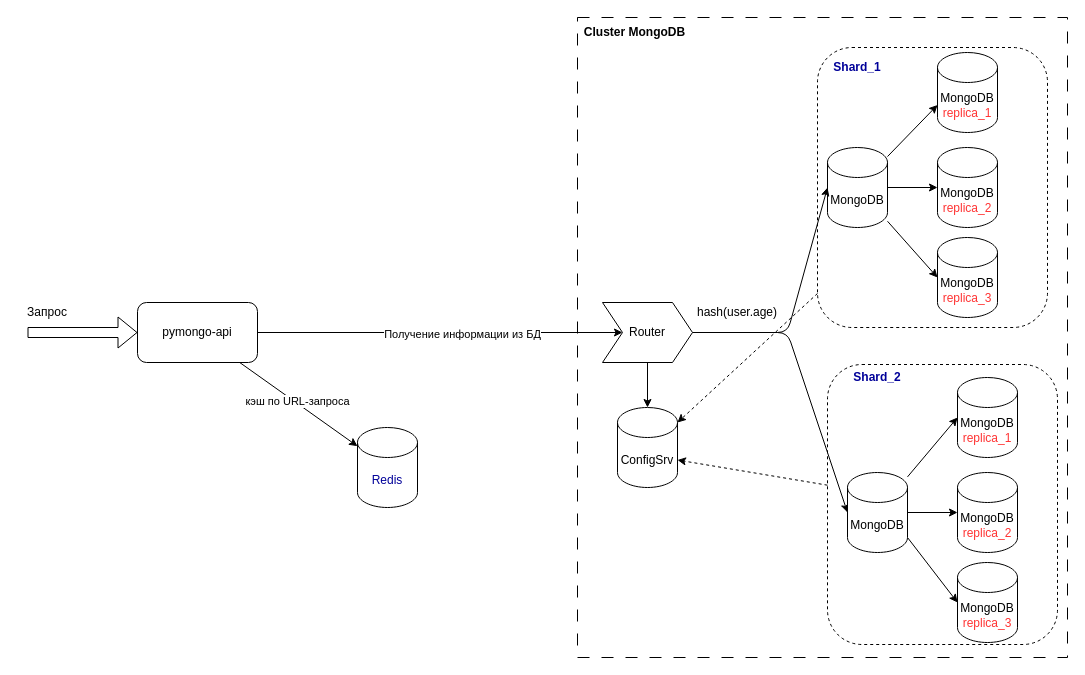
This is task1/task1.drawio from an-yanusov/architecture-sprint-2, a draw.io file, before an edit. Source tidied: cells renumbered, new cells numbered last; positions are measured from the earlier drawing's top-left corner, leaving out a move shared by most shapes. Both pictures are drawn from the tidied source at 100%, with x=0, y=0 at pixel (17, 17).
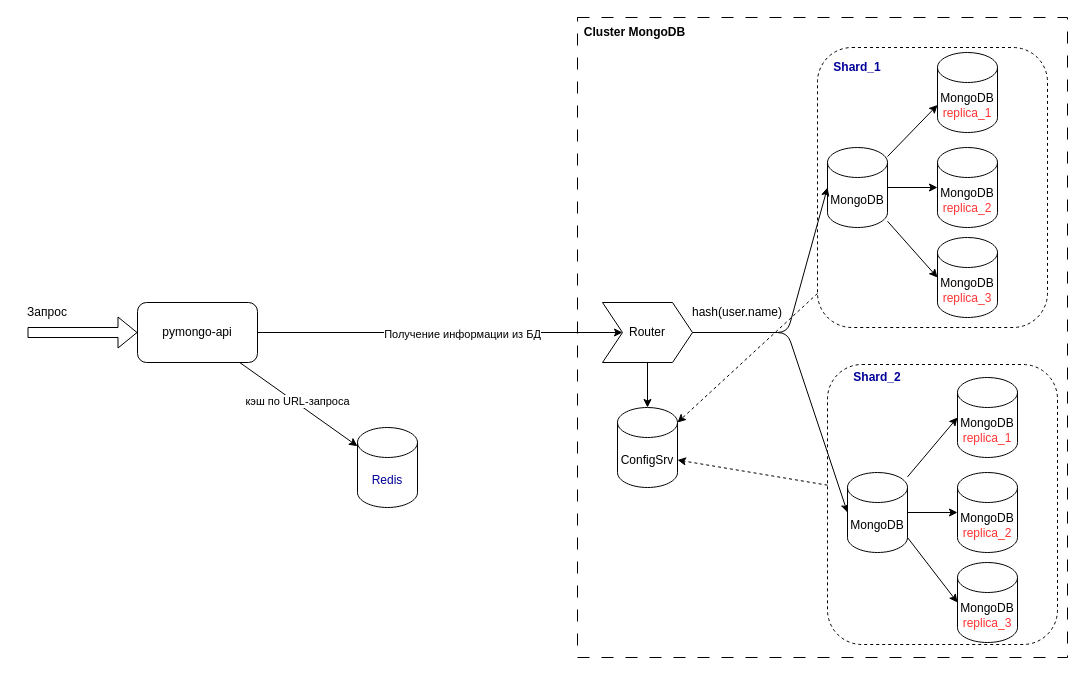
The same diagram, later.

What changed in the source:
```diff
@@
-    <mxCell id="23" value="hash(user.age)" style="text;html=1;strokeColor=none;fillColor=none;align=center;verticalAlign=middle;whiteSpace=wrap;rounded=0;dashed=1;dashPattern=12 12;" parent="1" vertex="1">
+    <mxCell id="23" value="hash(user.name)" style="text;html=1;strokeColor=none;fillColor=none;align=center;verticalAlign=middle;whiteSpace=wrap;rounded=0;dashed=1;dashPattern=12 12;" parent="1" vertex="1">
       <mxGeometry x="690" y="280" width="60" height="30" as="geometry" />
     </mxCell>
```
